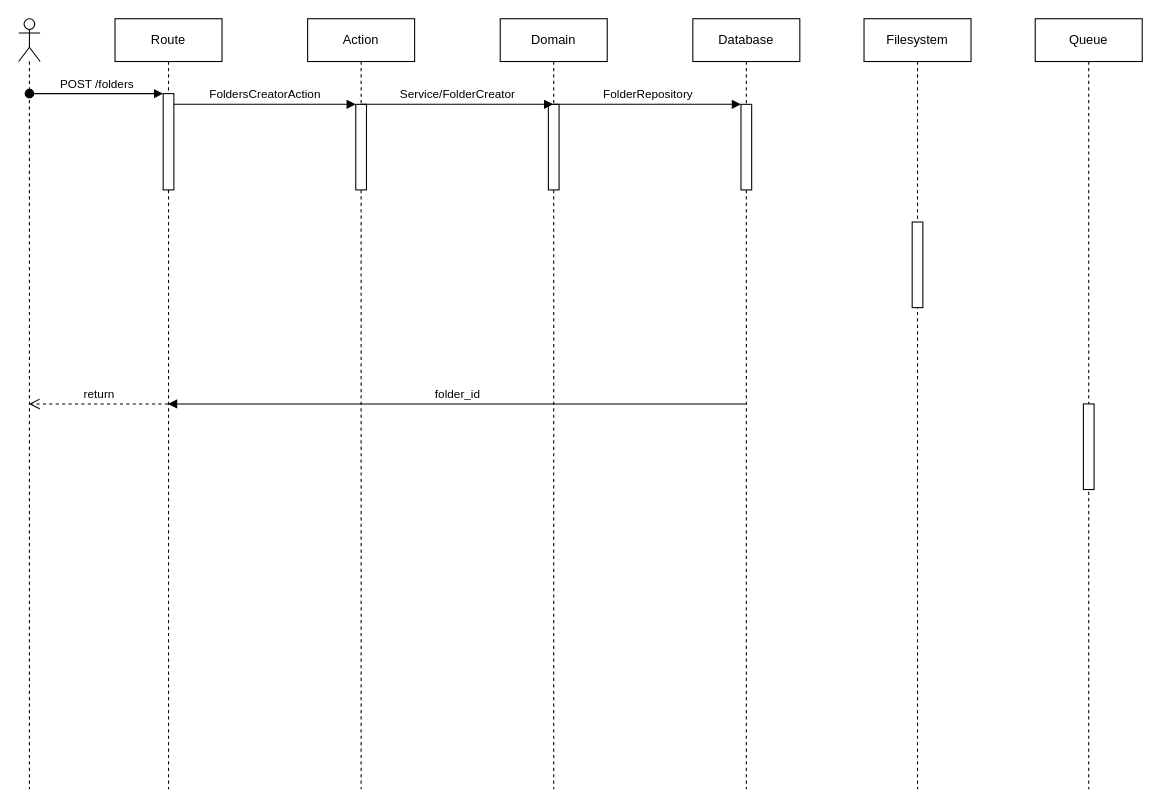
Before: docs/pff-api-sequence.drawio in edenst-TPH/pdf-form-filling-api, a draw.io diagram. Source tidied: cells renumbered, new cells numbered last; positions are measured from the earlier drawing's top-left corner, leaving out a move shared by most shapes. Both pictures are drawn from the tidied source at 107%, with x=0, y=0 at pixel (18, 18).
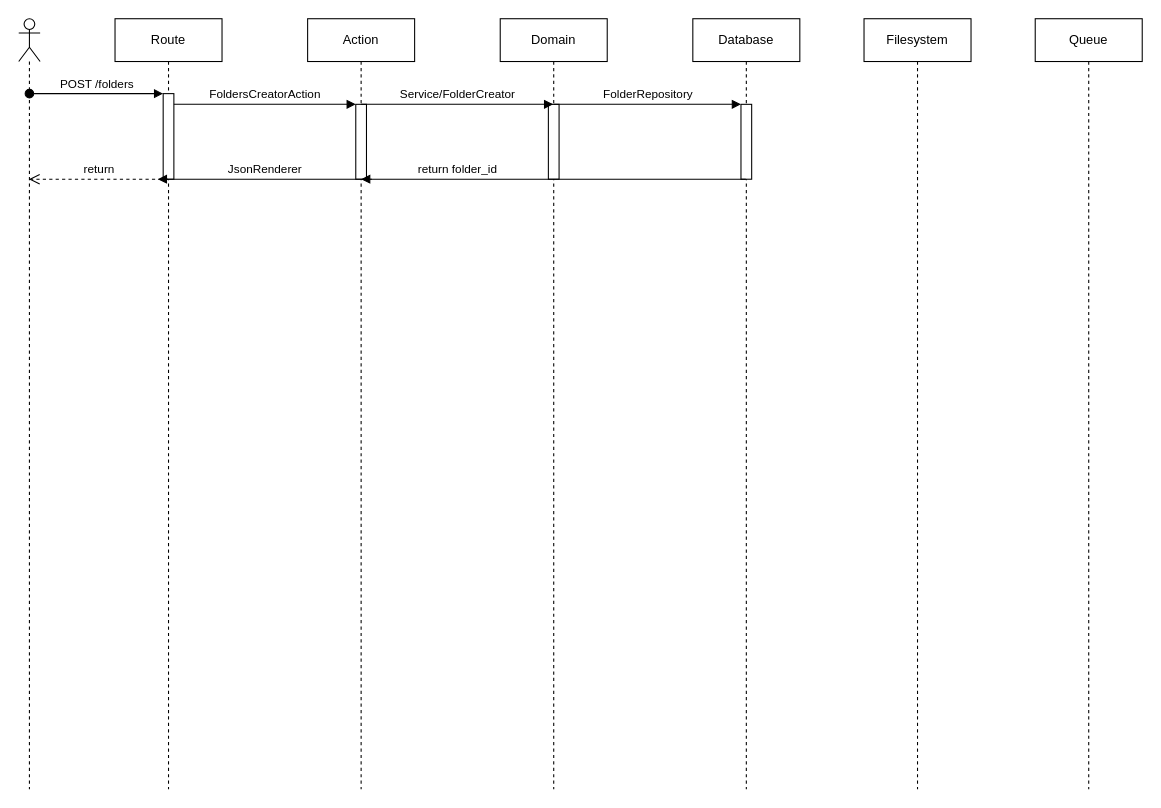
The same page after the edit.

The change refers to these unchanged cells:
```xml
<mxCell id="2" value="Route" style="shape=umlLifeline;perimeter=lifelinePerimeter;whiteSpace=wrap;html=1;outlineConnect=0;portConstraint=eastwest;newEdgeStyle={&quot;edgeStyle&quot;:&quot;elbowEdgeStyle&quot;,&quot;elbow&quot;:&quot;vertical&quot;,&quot;curved&quot;:0,&quot;rounded&quot;:0};" parent="1" vertex="1">
  <mxGeometry x="90" width="100" height="720" as="geometry" />
</mxCell>
<mxCell id="5" value="Action" style="shape=umlLifeline;perimeter=lifelinePerimeter;whiteSpace=wrap;html=1;newEdgeStyle={&quot;edgeStyle&quot;:&quot;elbowEdgeStyle&quot;,&quot;elbow&quot;:&quot;vertical&quot;,&quot;curved&quot;:0,&quot;rounded&quot;:0};" parent="1" vertex="1">
  <mxGeometry x="270" width="100" height="720" as="geometry" />
</mxCell>
<mxCell id="8" value="Domain" style="shape=umlLifeline;perimeter=lifelinePerimeter;whiteSpace=wrap;html=1;outlineConnect=0;portConstraint=eastwest;newEdgeStyle={&quot;edgeStyle&quot;:&quot;elbowEdgeStyle&quot;,&quot;elbow&quot;:&quot;vertical&quot;,&quot;curved&quot;:0,&quot;rounded&quot;:0};" parent="1" vertex="1">
  <mxGeometry x="450" width="100" height="720" as="geometry" />
</mxCell>
<mxCell id="11" value="Database" style="shape=umlLifeline;perimeter=lifelinePerimeter;whiteSpace=wrap;html=1;outlineConnect=0;portConstraint=eastwest;newEdgeStyle={&quot;edgeStyle&quot;:&quot;elbowEdgeStyle&quot;,&quot;elbow&quot;:&quot;vertical&quot;,&quot;curved&quot;:0,&quot;rounded&quot;:0};" parent="1" vertex="1">
  <mxGeometry x="630" width="100" height="720" as="geometry" />
</mxCell>
<mxCell id="15" style="shape=umlLifeline;perimeter=lifelinePerimeter;whiteSpace=wrap;html=1;outlineConnect=0;portConstraint=eastwest;newEdgeStyle={&quot;curved&quot;:0,&quot;rounded&quot;:0};participant=umlActor;" parent="1" vertex="1">
  <mxGeometry width="20" height="720" as="geometry" />
</mxCell>
<mxCell id="17" value="Filesystem" style="shape=umlLifeline;perimeter=lifelinePerimeter;whiteSpace=wrap;html=1;newEdgeStyle={&quot;edgeStyle&quot;:&quot;elbowEdgeStyle&quot;,&quot;elbow&quot;:&quot;vertical&quot;,&quot;curved&quot;:0,&quot;rounded&quot;:0};" parent="1" vertex="1">
  <mxGeometry x="790" width="100" height="720" as="geometry" />
</mxCell>
<mxCell id="19" value="Queue" style="shape=umlLifeline;perimeter=lifelinePerimeter;whiteSpace=wrap;html=1;newEdgeStyle={&quot;edgeStyle&quot;:&quot;elbowEdgeStyle&quot;,&quot;elbow&quot;:&quot;vertical&quot;,&quot;curved&quot;:0,&quot;rounded&quot;:0};" parent="1" vertex="1">
  <mxGeometry x="950" width="100" height="720" as="geometry" />
</mxCell>
```

Change to the diagram source:
```diff
@@
     <mxCell id="3" style="html=1;points=[];perimeter=orthogonalPerimeter;outlineConnect=0;targetShapes=umlLifeline;portConstraint=eastwest;newEdgeStyle={&quot;edgeStyle&quot;:&quot;elbowEdgeStyle&quot;,&quot;elbow&quot;:&quot;vertical&quot;,&quot;curved&quot;:0,&quot;rounded&quot;:0};" parent="2" vertex="1">
-      <mxGeometry x="45" y="70" width="10" height="90" as="geometry" />
+      <mxGeometry x="45" y="70" width="10" height="80" as="geometry" />
     </mxCell>
@@
     <mxCell id="6" style="html=1;points=[];perimeter=orthogonalPerimeter;outlineConnect=0;targetShapes=umlLifeline;portConstraint=eastwest;newEdgeStyle={&quot;edgeStyle&quot;:&quot;elbowEdgeStyle&quot;,&quot;elbow&quot;:&quot;vertical&quot;,&quot;curved&quot;:0,&quot;rounded&quot;:0};" parent="5" vertex="1">
-      <mxGeometry x="45" y="80" width="10" height="80" as="geometry" />
+      <mxGeometry x="45" y="80" width="10" height="70" as="geometry" />
     </mxCell>
@@
     <mxCell id="9" style="html=1;perimeter=orthogonalPerimeter;targetShapes=umlLifeline;newEdgeStyle={&quot;edgeStyle&quot;:&quot;elbowEdgeStyle&quot;,&quot;elbow&quot;:&quot;vertical&quot;,&quot;curved&quot;:0,&quot;rounded&quot;:0};" parent="8" vertex="1">
-      <mxGeometry x="45" y="80" width="10" height="80" as="geometry" />
+      <mxGeometry x="45" y="80" width="10" height="70" as="geometry" />
     </mxCell>
@@
     <mxCell id="12" style="html=1;points=[];perimeter=orthogonalPerimeter;outlineConnect=0;targetShapes=umlLifeline;portConstraint=eastwest;newEdgeStyle={&quot;edgeStyle&quot;:&quot;elbowEdgeStyle&quot;,&quot;elbow&quot;:&quot;vertical&quot;,&quot;curved&quot;:0,&quot;rounded&quot;:0};" parent="11" vertex="1">
-      <mxGeometry x="45" y="80" width="10" height="80" as="geometry" />
+      <mxGeometry x="45" y="80" width="10" height="70" as="geometry" />
     </mxCell>
@@
-    <mxCell id="14" value="folder_id" style="html=1;verticalAlign=bottom;endArrow=block;curved=0;rounded=0;" parent="1" edge="1" source="11" target="2">
-      <mxGeometry relative="1" as="geometry" />
+    <mxCell id="14" value="return folder_id" style="html=1;verticalAlign=bottom;endArrow=block;curved=0;rounded=0;" parent="1" edge="1">
+      <mxGeometry x="0.5" relative="1" as="geometry">
+        <mxPoint x="679.5" y="150" as="sourcePoint" />
+        <mxPoint x="320" y="150" as="targetPoint" />
+      </mxGeometry>
     </mxCell>
@@
-    <mxCell id="16" value="return" style="html=1;verticalAlign=bottom;endArrow=open;dashed=1;endSize=8;curved=0;rounded=0;" parent="1" edge="1" source="2" target="15">
-      <mxGeometry relative="1" as="geometry" />
+    <mxCell id="16" value="return" style="html=1;verticalAlign=bottom;endArrow=open;dashed=1;endSize=8;curved=0;rounded=0;" parent="1" edge="1">
+      <mxGeometry relative="1" as="geometry">
+        <mxPoint x="139.5" y="150" as="sourcePoint" />
+        <mxPoint x="9.5" y="150" as="targetPoint" />
+      </mxGeometry>
     </mxCell>
@@
-    <mxCell id="18" style="html=1;perimeter=orthogonalPerimeter;targetShapes=umlLifeline;newEdgeStyle={&quot;edgeStyle&quot;:&quot;elbowEdgeStyle&quot;,&quot;elbow&quot;:&quot;vertical&quot;,&quot;curved&quot;:0,&quot;rounded&quot;:0};" parent="17" vertex="1">
-      <mxGeometry x="45" y="190" width="10" height="80" as="geometry" />
-    </mxCell>
@@
-    <mxCell id="20" style="html=1;perimeter=orthogonalPerimeter;targetShapes=umlLifeline;newEdgeStyle={&quot;edgeStyle&quot;:&quot;elbowEdgeStyle&quot;,&quot;elbow&quot;:&quot;vertical&quot;,&quot;curved&quot;:0,&quot;rounded&quot;:0};" parent="19" vertex="1">
-      <mxGeometry x="45" y="360" width="10" height="80" as="geometry" />
-    </mxCell>
+    <mxCell id="21" value="JsonRenderer" style="html=1;verticalAlign=bottom;endArrow=block;curved=0;rounded=0;" parent="1" edge="1">
+      <mxGeometry relative="1" as="geometry">
+        <mxPoint x="330" y="150" as="sourcePoint" />
+        <mxPoint x="130" y="150" as="targetPoint" />
+      </mxGeometry>
+    </mxCell>
```
